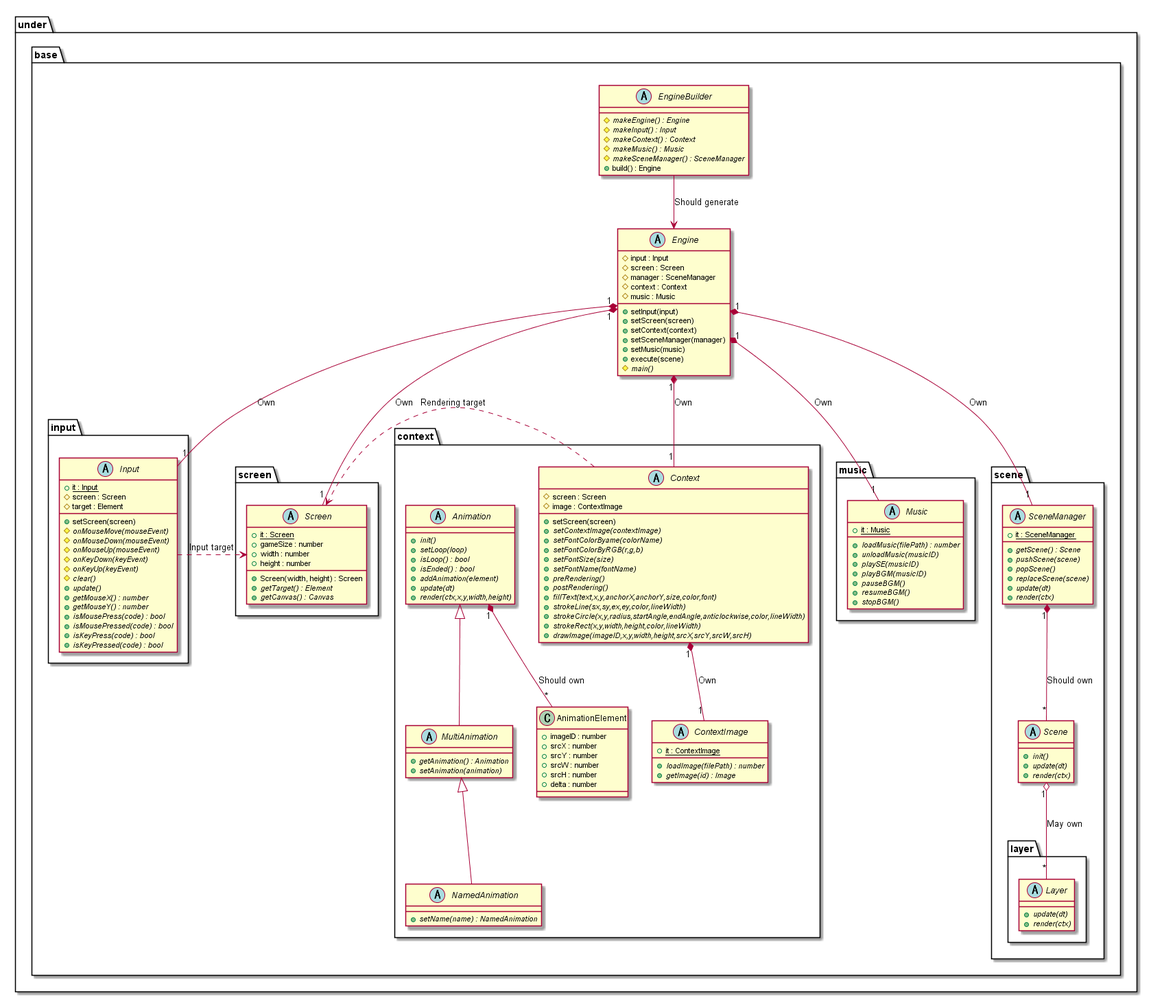
Earlier version of the PlantUML export out/uml/gamebase/Base/GameBaseBase.png (Expine/Under).
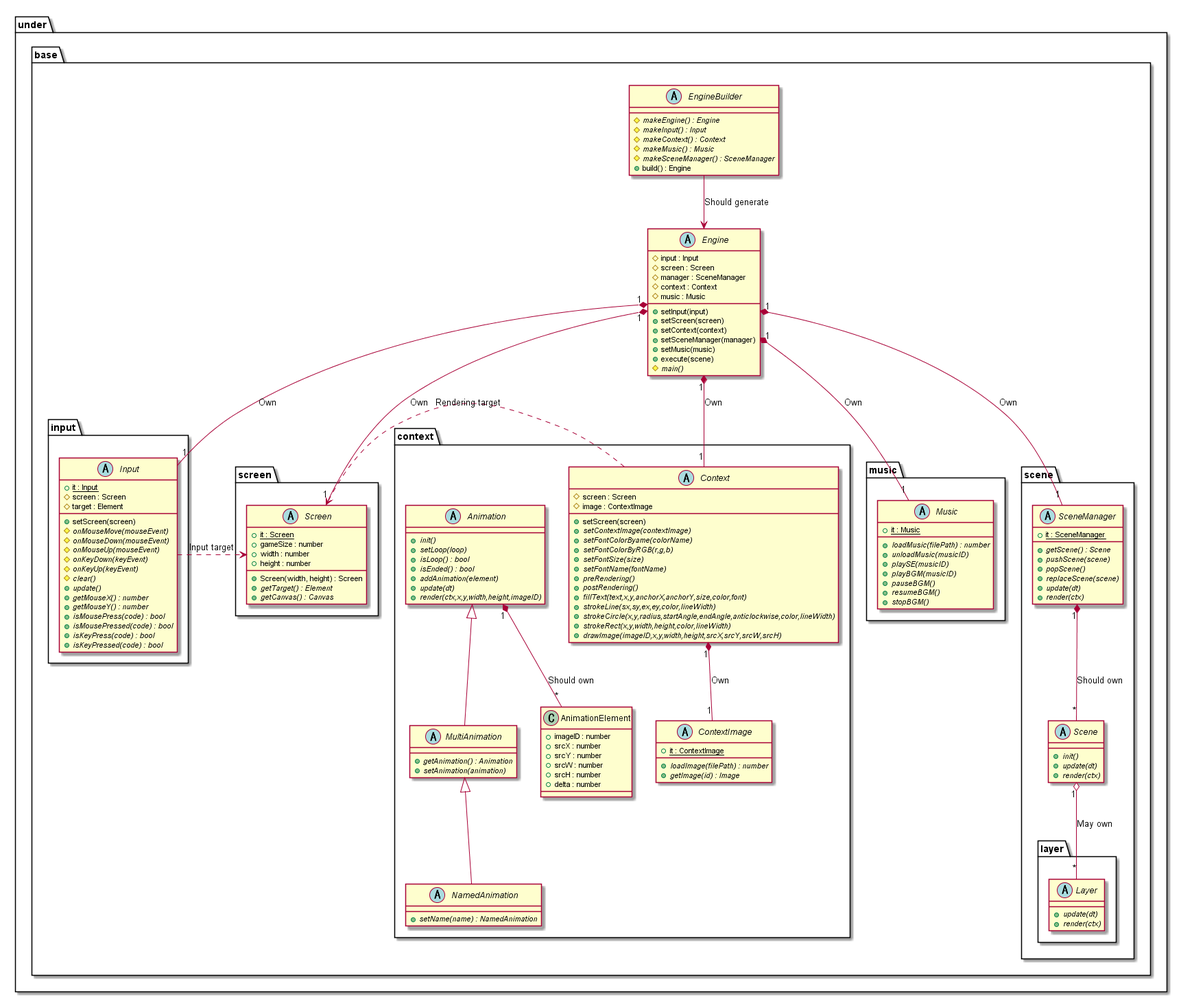
Above is the later version.

Change to the diagram source:
```diff
@@ -103,7 +103,7 @@
                 {abstract} +isEnded() : bool
                 {abstract} +addAnimation(element)
                 {abstract} +update(dt)
-                {abstract} +render(ctx,x,y,width,height)
+                {abstract} +render(ctx,x,y,width,height,imageID)
             }
             abstract MultiAnimation {
                 {abstract} +getAnimation() : Animation
```
